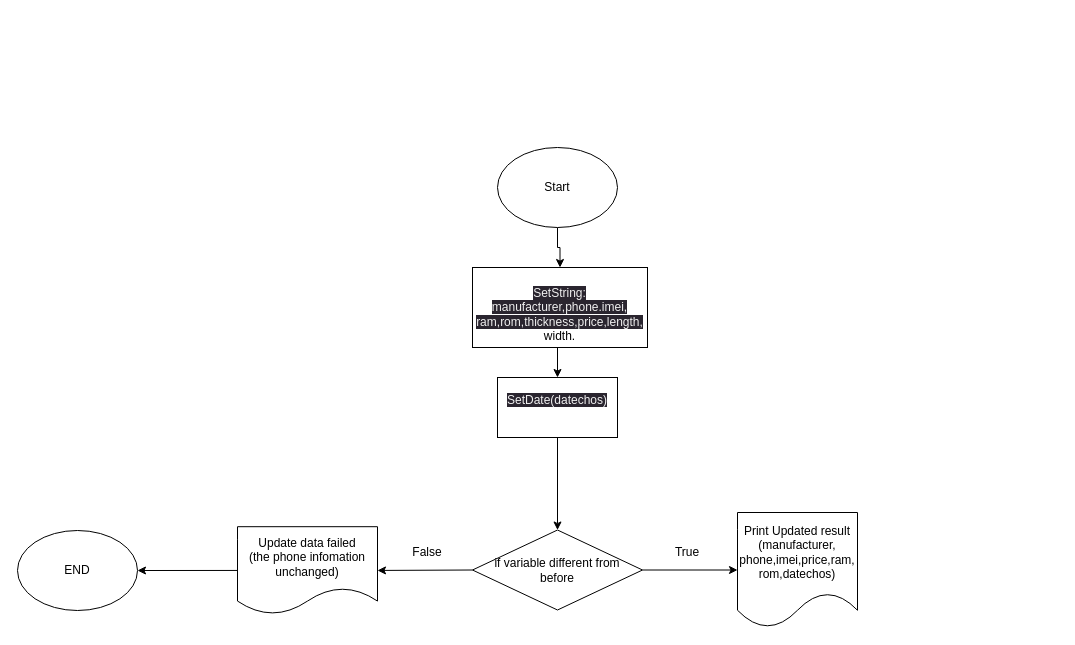
The draw.io diagram new update.drawio in khanh8603/khanh8603, before the edit. Source tidied: cells renumbered, new cells numbered last; positions are measured from the earlier drawing's top-left corner, leaving out a move shared by most shapes. Both pictures are drawn from the tidied source at 100%, with x=0, y=0 at pixel (17, 147).
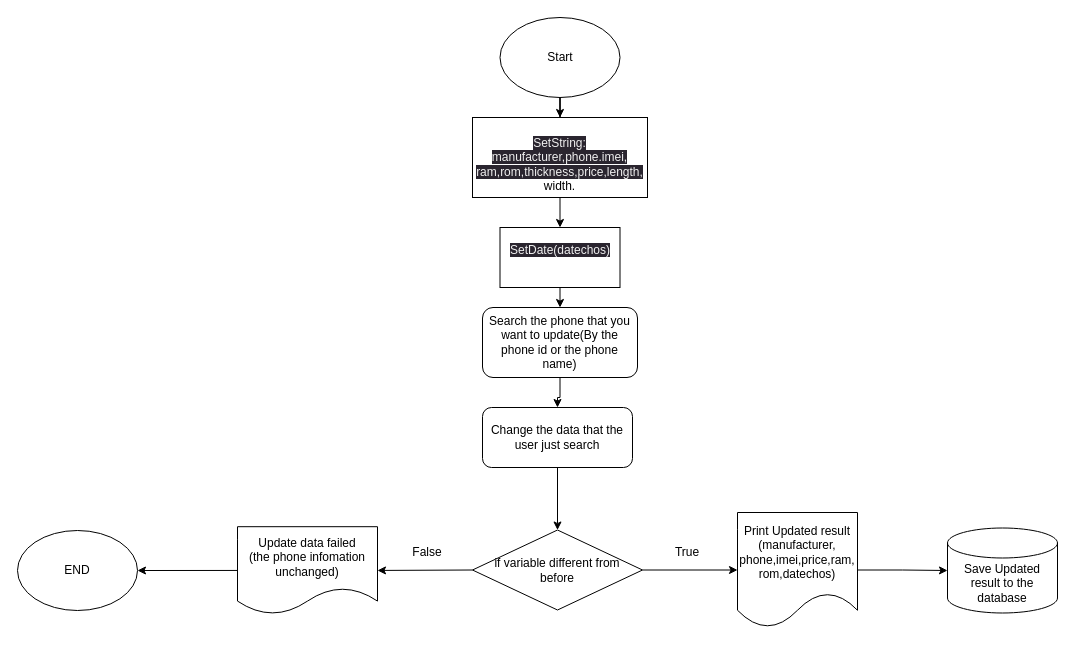
The same diagram, later.

Commit message:
Cập nhật new update.drawio

Unchanged cells that the change refers to:
```xml
<mxCell id="6" value="if variable different from&lt;br&gt;before" style="rhombus;whiteSpace=wrap;html=1;" parent="1" vertex="1">
  <mxGeometry x="455" y="382.5" width="170" height="80" as="geometry" />
</mxCell>
<mxCell id="8" value="Print Updated result&lt;br&gt;(manufacturer,&lt;br&gt;phone,imei,price,ram,&lt;br&gt;rom,datechos)" style="shape=document;whiteSpace=wrap;html=1;boundedLbl=1;" parent="1" vertex="1">
  <mxGeometry x="720" y="365" width="120" height="115" as="geometry" />
</mxCell>
```

Change to the diagram source:
```diff
@@
     <mxCell id="3" value="Start" style="ellipse;whiteSpace=wrap;html=1;" parent="1" vertex="1">
-      <mxGeometry x="480" width="120" height="80" as="geometry" />
+      <mxGeometry x="482.5" y="-130" width="120" height="80" as="geometry" />
     </mxCell>
@@
-    <mxCell id="5" style="edgeStyle=orthogonalEdgeStyle;rounded=0;jettySize=auto;html=1;exitX=0.5;exitY=1;exitDx=0;exitDy=0;" parent="1" edge="1" source="15" target="6">
-      <mxGeometry relative="1" as="geometry" />
+    <mxCell id="5" style="edgeStyle=orthogonalEdgeStyle;rounded=0;jettySize=auto;html=1;entryX=0.5;entryY=0;entryDx=0;entryDy=0;" parent="1" edge="1" target="19">
+      <mxGeometry relative="1" as="geometry">
+        <mxPoint x="544" y="140" as="sourcePoint" />
+      </mxGeometry>
     </mxCell>
@@
+    <mxCell id="17" style="edgeStyle=orthogonalEdgeStyle;rounded=0;jettySize=auto;html=1;entryX=0;entryY=0.5;entryDx=0;entryDy=0;entryPerimeter=0;" parent="1" edge="1" source="8" target="22">
+      <mxGeometry relative="1" as="geometry" />
+    </mxCell>
@@
     <mxCell id="14" value="&lt;br&gt;&lt;span style=&quot;color: rgb(240, 240, 240); font-family: Helvetica; font-size: 12px; font-style: normal; font-variant-ligatures: normal; font-variant-caps: normal; font-weight: 400; letter-spacing: normal; orphans: 2; text-align: center; text-indent: 0px; text-transform: none; widows: 2; word-spacing: 0px; -webkit-text-stroke-width: 0px; background-color: rgb(42, 37, 47); text-decoration-thickness: initial; text-decoration-style: initial; text-decoration-color: initial; float: none; display: inline !important;&quot;&gt;SetString: manufacturer,phone.imei,&lt;/span&gt;&lt;br style=&quot;border-color: rgb(0, 0, 0); color: rgb(240, 240, 240); font-family: Helvetica; font-size: 12px; font-style: normal; font-variant-ligatures: normal; font-variant-caps: normal; font-weight: 400; letter-spacing: normal; orphans: 2; text-align: center; text-indent: 0px; text-transform: none; widows: 2; word-spacing: 0px; -webkit-text-stroke-width: 0px; background-color: rgb(42, 37, 47); text-decoration-thickness: initial; text-decoration-style: initial; text-decoration-color: initial;&quot;&gt;&lt;span style=&quot;color: rgb(240, 240, 240); font-family: Helvetica; font-size: 12px; font-style: normal; font-variant-ligatures: normal; font-variant-caps: normal; font-weight: 400; letter-spacing: normal; orphans: 2; text-align: center; text-indent: 0px; text-transform: none; widows: 2; word-spacing: 0px; -webkit-text-stroke-width: 0px; background-color: rgb(42, 37, 47); text-decoration-thickness: initial; text-decoration-style: initial; text-decoration-color: initial; float: none; display: inline !important;&quot;&gt;ram,rom,thickness,price,length,&lt;br&gt;&lt;/span&gt;width." style="rounded=0;whiteSpace=wrap;html=1;" parent="1" vertex="1">
-      <mxGeometry x="455" y="120" width="175" height="80" as="geometry" />
+      <mxGeometry x="455" y="-30" width="175" height="80" as="geometry" />
     </mxCell>
     <mxCell id="15" value="&#10;&lt;span style=&quot;color: rgb(240, 240, 240); font-family: Helvetica; font-size: 12px; font-style: normal; font-variant-ligatures: normal; font-variant-caps: normal; font-weight: 400; letter-spacing: normal; orphans: 2; text-align: center; text-indent: 0px; text-transform: none; widows: 2; word-spacing: 0px; -webkit-text-stroke-width: 0px; background-color: rgb(42, 37, 47); text-decoration-thickness: initial; text-decoration-style: initial; text-decoration-color: initial; float: none; display: inline !important;&quot;&gt;SetDate(datechos)&lt;/span&gt;&#10;&#10;" style="rounded=0;whiteSpace=wrap;html=1;" parent="1" vertex="1">
-      <mxGeometry x="480" y="230" width="120" height="60" as="geometry" />
+      <mxGeometry x="482.5" y="80" width="120" height="60" as="geometry" />
     </mxCell>
@@
+    <mxCell id="18" style="edgeStyle=orthogonalEdgeStyle;rounded=0;jettySize=auto;html=1;entryX=0.5;entryY=0;entryDx=0;entryDy=0;" parent="1" edge="1" source="19" target="21">
+      <mxGeometry relative="1" as="geometry" />
+    </mxCell>
+    <mxCell id="19" value="Search the phone that you want to update(By the phone id or the phone name)" style="rounded=1;whiteSpace=wrap;html=1;" parent="1" vertex="1">
+      <mxGeometry x="465" y="160" width="155" height="70" as="geometry" />
+    </mxCell>
+    <mxCell id="20" style="edgeStyle=orthogonalEdgeStyle;rounded=0;jettySize=auto;html=1;exitX=0.5;exitY=1;exitDx=0;exitDy=0;entryX=0.5;entryY=0;entryDx=0;entryDy=0;" parent="1" edge="1" source="21" target="6">
+      <mxGeometry relative="1" as="geometry" />
+    </mxCell>
+    <mxCell id="21" value="Change the data that the user just search" style="rounded=1;whiteSpace=wrap;html=1;" parent="1" vertex="1">
+      <mxGeometry x="465" y="260" width="150" height="60" as="geometry" />
+    </mxCell>
+    <mxCell id="22" value="Save Updated result to the database" style="shape=cylinder3;whiteSpace=wrap;html=1;boundedLbl=1;backgroundOutline=1;size=15;" parent="1" vertex="1">
+      <mxGeometry x="930" y="380.5" width="110" height="85" as="geometry" />
+    </mxCell>
```
